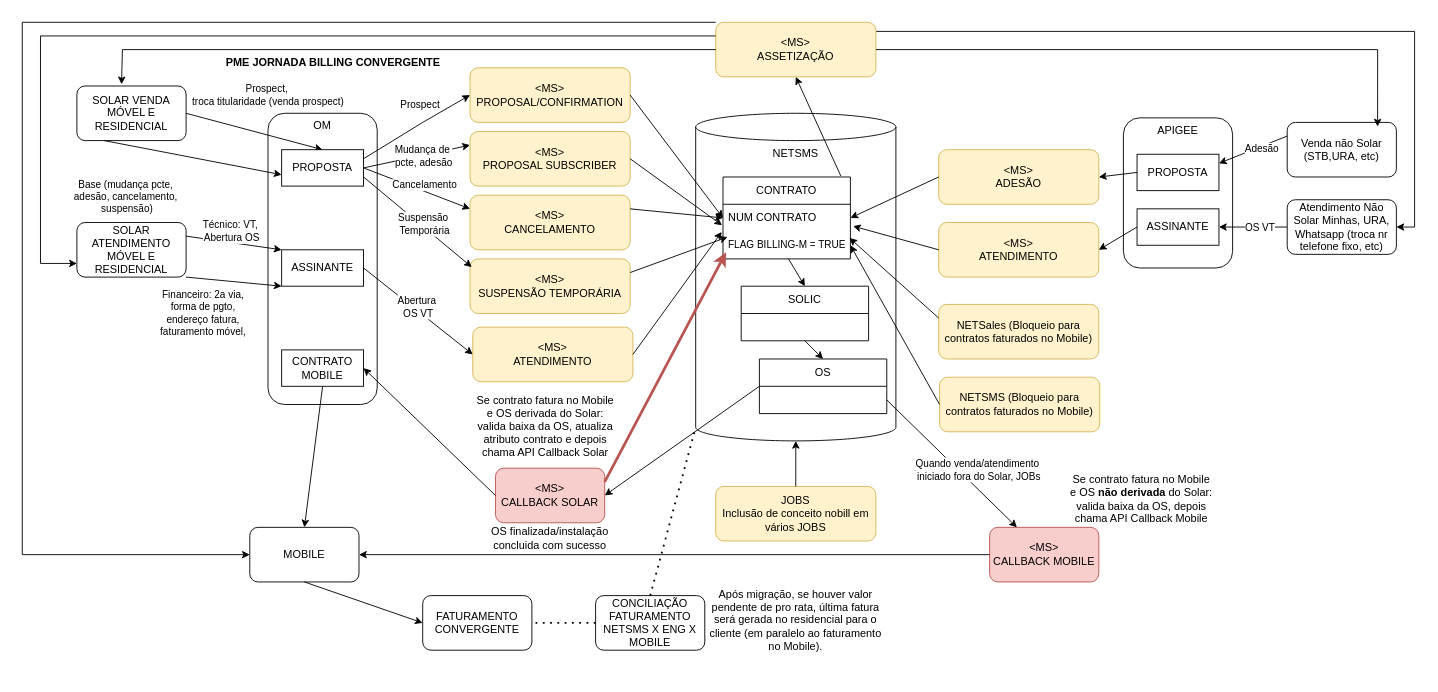
Earlier version of the draw.io diagram 115129 Combo Multi PME-PJ.drawio (samirali/ClaroBrasil). Source tidied: cells renumbered, new cells numbered last; positions are measured from the earlier drawing's top-left corner, leaving out a move shared by most shapes. Both pictures are drawn from the tidied source at 91%, with x=0, y=0 at pixel (22, 22).
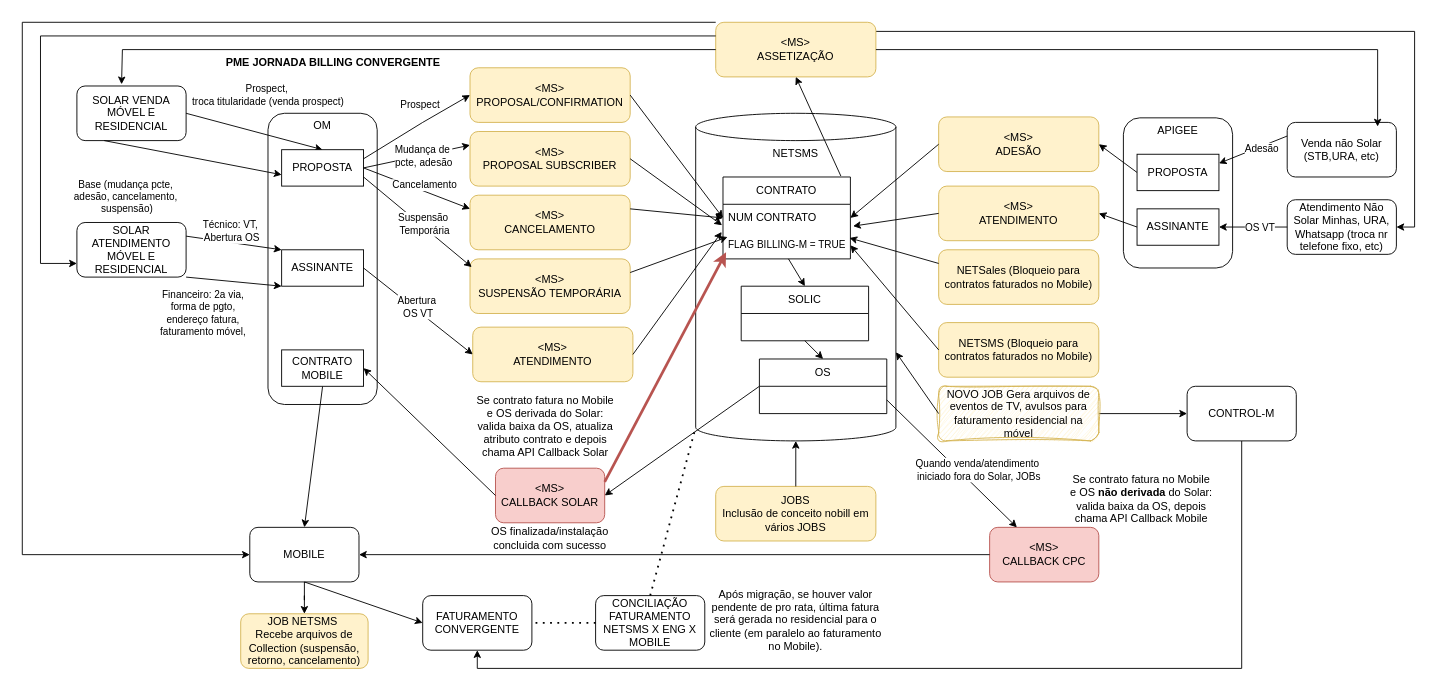
Above is the later version.

Unchanged cells that the change refers to:
```xml
<mxCell id="5" value="NETSMS" style="shape=cylinder3;whiteSpace=wrap;html=1;boundedLbl=1;backgroundOutline=1;size=15;verticalAlign=top;" parent="1" vertex="1">
  <mxGeometry x="740" y="100" width="220" height="360" as="geometry" />
</mxCell>
<mxCell id="14" value="MOBILE" style="rounded=1;whiteSpace=wrap;html=1;" parent="1" vertex="1">
  <mxGeometry x="250" y="555" width="120" height="60" as="geometry" />
</mxCell>
<mxCell id="70" value="FATURAMENTO CONVERGENTE" style="whiteSpace=wrap;html=1;rounded=1;" parent="1" vertex="1">
  <mxGeometry x="440" y="630" width="120" height="60" as="geometry" />
</mxCell>
```

Diff of the diagram source:
```diff
@@
+    <mxCell id="93" style="edgeStyle=orthogonalEdgeStyle;rounded=0;jettySize=auto;html=1;" parent="1" edge="1" source="14" target="99">
+      <mxGeometry relative="1" as="geometry" />
+    </mxCell>
@@
     <mxCell id="45" value="&amp;lt;MS&amp;gt;&lt;br&gt;ADESÃO" style="rounded=1;whiteSpace=wrap;html=1;fillColor=#fff2cc;strokeColor=#d6b656;" parent="1" vertex="1">
-      <mxGeometry x="1007" y="140" width="176" height="60" as="geometry" />
+      <mxGeometry x="1007" y="104" width="176" height="60" as="geometry" />
     </mxCell>
-    <mxCell id="46" value="&amp;lt;MS&amp;gt;&lt;br&gt;CALLBACK MOBILE" style="rounded=1;whiteSpace=wrap;html=1;fillColor=#f8cecc;strokeColor=#b85450;" parent="1" vertex="1">
+    <mxCell id="46" value="&amp;lt;MS&amp;gt;&lt;br&gt;CALLBACK CPC" style="rounded=1;whiteSpace=wrap;html=1;fillColor=#f8cecc;strokeColor=#b85450;" parent="1" vertex="1">
       <mxGeometry x="1063" y="555" width="120" height="60" as="geometry" />
     </mxCell>
@@
     <mxCell id="57" value="&amp;lt;MS&amp;gt;&lt;br&gt;ATENDIMENTO" style="rounded=1;whiteSpace=wrap;html=1;fillColor=#fff2cc;strokeColor=#d6b656;" parent="1" vertex="1">
-      <mxGeometry x="1007" y="220" width="176" height="60" as="geometry" />
+      <mxGeometry x="1007" y="180" width="176" height="60" as="geometry" />
     </mxCell>
@@
     <mxCell id="88" value="NETSales (Bloqueio para contratos faturados no Mobile)" style="rounded=1;whiteSpace=wrap;html=1;fillColor=#fff2cc;strokeColor=#d6b656;" parent="1" vertex="1">
-      <mxGeometry x="1007" y="310" width="176" height="60" as="geometry" />
+      <mxGeometry x="1007" y="250" width="176" height="60" as="geometry" />
     </mxCell>
     <mxCell id="89" value="NETSMS (Bloqueio para contratos faturados no Mobile)" style="rounded=1;whiteSpace=wrap;html=1;fillColor=#fff2cc;strokeColor=#d6b656;" parent="1" vertex="1">
-      <mxGeometry x="1008" y="390" width="176" height="60" as="geometry" />
+      <mxGeometry x="1007" y="330" width="176" height="60" as="geometry" />
     </mxCell>
@@
+    <mxCell id="94" style="edgeStyle=orthogonalEdgeStyle;rounded=0;jettySize=auto;html=1;" parent="1" edge="1" source="95" target="98">
+      <mxGeometry relative="1" as="geometry" />
+    </mxCell>
+    <mxCell id="95" value="NOVO JOB Gera arquivos de eventos de TV, avulsos para faturamento residencial na móvel" style="rounded=1;whiteSpace=wrap;html=1;fillColor=#fff2cc;strokeColor=#d6b656;sketch=1;curveFitting=1;jiggle=2;" parent="1" vertex="1">
+      <mxGeometry x="1007" y="400" width="176" height="60" as="geometry" />
+    </mxCell>
+    <mxCell id="96" style="endArrow=classic;html=1;rounded=0;entryX=1;entryY=0;entryDx=0;entryDy=262.5;entryPerimeter=0;exitX=0;exitY=0.5;exitDx=0;exitDy=0;" parent="1" edge="1" source="95" target="5">
+      <mxGeometry relative="1" as="geometry" />
+    </mxCell>
+    <mxCell id="97" style="edgeStyle=orthogonalEdgeStyle;rounded=0;jettySize=auto;html=1;entryX=0.5;entryY=1;entryDx=0;entryDy=0;" parent="1" edge="1" source="98" target="70">
+      <mxGeometry relative="1" as="geometry">
+        <Array as="points">
+          <mxPoint x="1340" y="710" />
+          <mxPoint x="500" y="710" />
+        </Array>
+      </mxGeometry>
+    </mxCell>
+    <mxCell id="98" value="CONTROL-M" style="rounded=1;whiteSpace=wrap;html=1;" parent="1" vertex="1">
+      <mxGeometry x="1280" y="400" width="120" height="60" as="geometry" />
+    </mxCell>
+    <mxCell id="99" value="JOB NETSMS&amp;nbsp;&lt;div&gt;Recebe arquivos de Collection (suspensão, retorno, cancelamento)&lt;/div&gt;" style="whiteSpace=wrap;html=1;rounded=1;fillColor=#fff2cc;strokeColor=#d6b656;" parent="1" vertex="1">
+      <mxGeometry x="240" y="650" width="140" height="60" as="geometry" />
+    </mxCell>
```
